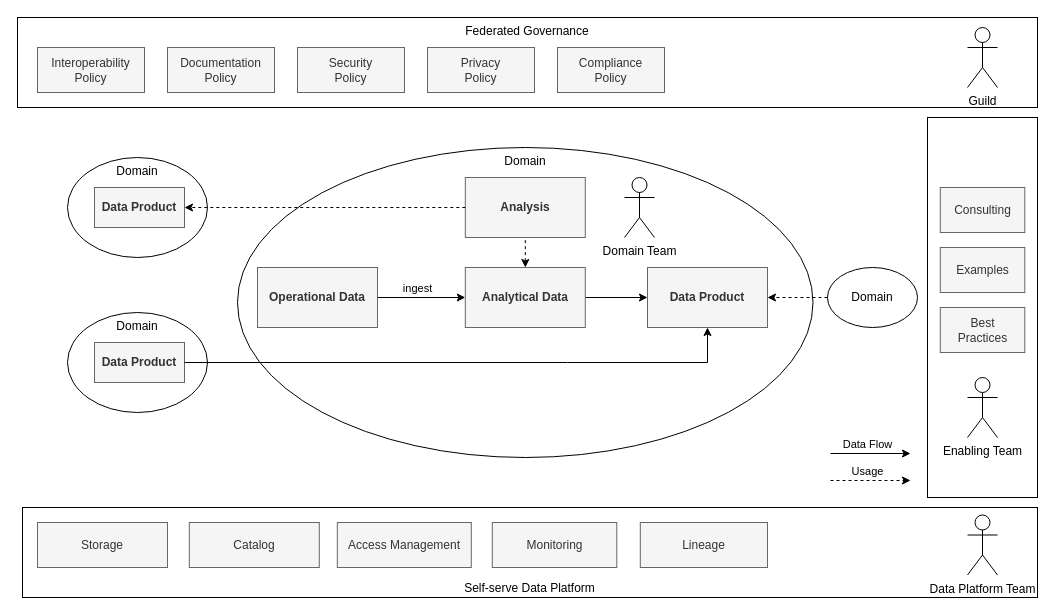
Before: diagrams/datamesharchitecture.drawio in datamesh-architecture/datamesh-architecture.com, a draw.io diagram. Source tidied: cells renumbered, new cells numbered last; positions are measured from the earlier drawing's top-left corner, leaving out a move shared by most shapes. Both pictures are drawn from the tidied source at 100%, with x=0, y=0 at pixel (17, 17).
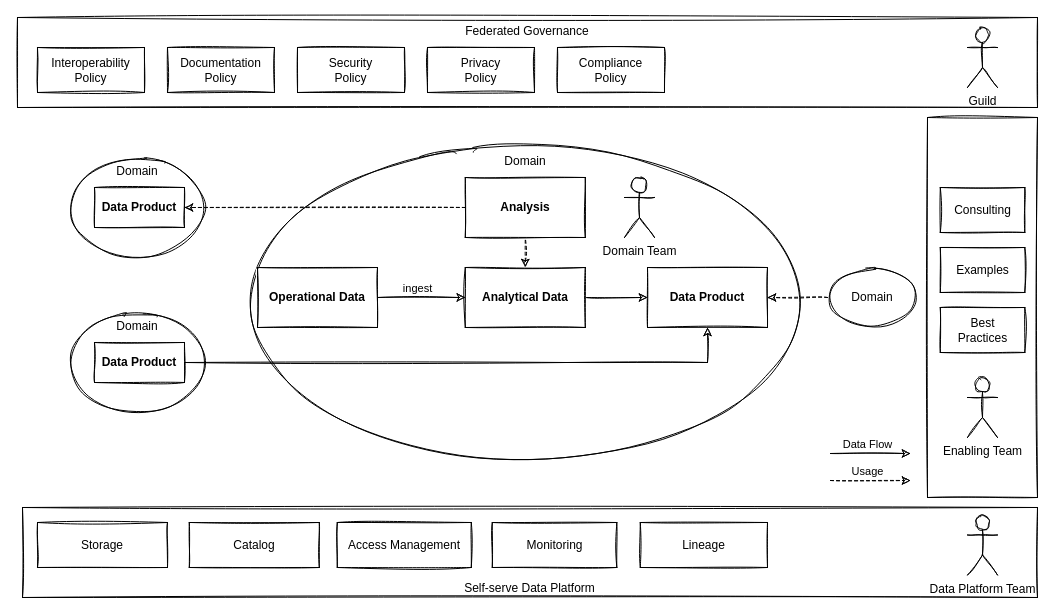
The same page after the edit.

What changed in the source:
```diff
@@
-    <mxCell id="2" style="rounded=0;whiteSpace=wrap;html=1;verticalAlign=bottom;" parent="1" vertex="1">
+    <mxCell id="2" style="rounded=0;whiteSpace=wrap;html=1;verticalAlign=bottom;fillColor=none;sketch=1;" parent="1" vertex="1">
       <mxGeometry x="910" y="100" width="110" height="380" as="geometry" />
     </mxCell>
-    <mxCell id="3" value="Self-serve Data Platform" style="rounded=0;whiteSpace=wrap;html=1;verticalAlign=bottom;" parent="1" vertex="1">
+    <mxCell id="3" value="Self-serve Data Platform" style="rounded=0;whiteSpace=wrap;html=1;verticalAlign=bottom;fillColor=none;sketch=1;" parent="1" vertex="1">
       <mxGeometry x="5" y="490" width="1015" height="90" as="geometry" />
     </mxCell>
-    <mxCell id="4" value="Federated Governance" style="rounded=0;whiteSpace=wrap;html=1;verticalAlign=top;" parent="1" vertex="1">
+    <mxCell id="4" value="Federated Governance" style="rounded=0;whiteSpace=wrap;html=1;verticalAlign=top;fillColor=none;sketch=1;" parent="1" vertex="1">
       <mxGeometry width="1020" height="90" as="geometry" />
     </mxCell>
-    <mxCell id="5" value="Guild" style="shape=umlActor;verticalLabelPosition=bottom;verticalAlign=top;html=1;" parent="1" vertex="1">
+    <mxCell id="5" value="Guild" style="shape=umlActor;verticalLabelPosition=bottom;verticalAlign=top;html=1;sketch=1;" parent="1" vertex="1">
       <mxGeometry x="950" y="10" width="30" height="60" as="geometry" />
     </mxCell>
-    <mxCell id="6" value="Data Platform Team" style="shape=umlActor;verticalLabelPosition=bottom;verticalAlign=top;html=1;" parent="1" vertex="1">
+    <mxCell id="6" value="Data Platform Team" style="shape=umlActor;verticalLabelPosition=bottom;verticalAlign=top;html=1;sketch=1;" parent="1" vertex="1">
       <mxGeometry x="950" y="497.5" width="30" height="60" as="geometry" />
     </mxCell>
-    <mxCell id="7" value="Compliance&lt;br&gt;Policy" style="rounded=0;whiteSpace=wrap;html=1;fillColor=#f5f5f5;fontColor=#333333;strokeColor=#666666;" parent="1" vertex="1">
+    <mxCell id="7" value="Compliance&lt;br&gt;Policy" style="rounded=0;whiteSpace=wrap;html=1;sketch=1;" parent="1" vertex="1">
       <mxGeometry x="540" y="30" width="107" height="45" as="geometry" />
     </mxCell>
-    <mxCell id="8" value="Catalog" style="rounded=0;whiteSpace=wrap;html=1;fillColor=#f5f5f5;fontColor=#333333;strokeColor=#666666;" parent="1" vertex="1">
+    <mxCell id="8" value="Catalog" style="rounded=0;whiteSpace=wrap;html=1;sketch=1;" parent="1" vertex="1">
       <mxGeometry x="171.8" y="505" width="130" height="45" as="geometry" />
     </mxCell>
-    <mxCell id="9" value="Access Management" style="rounded=0;whiteSpace=wrap;html=1;fillColor=#f5f5f5;fontColor=#333333;strokeColor=#666666;" parent="1" vertex="1">
+    <mxCell id="9" value="Access Management" style="rounded=0;whiteSpace=wrap;html=1;sketch=1;" parent="1" vertex="1">
       <mxGeometry x="319.8" y="505" width="134" height="45" as="geometry" />
     </mxCell>
-    <mxCell id="10" value="Lineage" style="rounded=0;whiteSpace=wrap;html=1;fillColor=#f5f5f5;fontColor=#333333;strokeColor=#666666;" parent="1" vertex="1">
+    <mxCell id="10" value="Lineage" style="rounded=0;whiteSpace=wrap;html=1;sketch=1;" parent="1" vertex="1">
       <mxGeometry x="622.8" y="505" width="127.2" height="45" as="geometry" />
     </mxCell>
-    <mxCell id="11" value="Monitoring" style="rounded=0;whiteSpace=wrap;html=1;fillColor=#f5f5f5;fontColor=#333333;strokeColor=#666666;" parent="1" vertex="1">
+    <mxCell id="11" value="Monitoring" style="rounded=0;whiteSpace=wrap;html=1;sketch=1;" parent="1" vertex="1">
       <mxGeometry x="474.8" y="505" width="124.5" height="45" as="geometry" />
     </mxCell>
-    <mxCell id="12" value="Interoperability&lt;br&gt;Policy" style="rounded=0;whiteSpace=wrap;html=1;fillColor=#f5f5f5;fontColor=#333333;strokeColor=#666666;" parent="1" vertex="1">
+    <mxCell id="12" value="Interoperability&lt;br&gt;Policy" style="rounded=0;whiteSpace=wrap;html=1;sketch=1;" parent="1" vertex="1">
       <mxGeometry x="20" y="30" width="107" height="45" as="geometry" />
     </mxCell>
-    <mxCell id="13" value="Documentation&lt;br&gt;Policy" style="rounded=0;whiteSpace=wrap;html=1;fillColor=#f5f5f5;fontColor=#333333;strokeColor=#666666;" parent="1" vertex="1">
+    <mxCell id="13" value="Documentation&lt;br&gt;Policy" style="rounded=0;whiteSpace=wrap;html=1;sketch=1;" parent="1" vertex="1">
       <mxGeometry x="150" y="30" width="107" height="45" as="geometry" />
     </mxCell>
-    <mxCell id="14" value="Security&lt;br&gt;Policy" style="rounded=0;whiteSpace=wrap;html=1;fillColor=#f5f5f5;fontColor=#333333;strokeColor=#666666;" parent="1" vertex="1">
+    <mxCell id="14" value="Security&lt;br&gt;Policy" style="rounded=0;whiteSpace=wrap;html=1;sketch=1;" parent="1" vertex="1">
       <mxGeometry x="280" y="30" width="107" height="45" as="geometry" />
     </mxCell>
-    <mxCell id="15" value="Enabling Team" style="shape=umlActor;verticalLabelPosition=bottom;verticalAlign=top;html=1;" parent="1" vertex="1">
+    <mxCell id="15" value="Enabling Team" style="shape=umlActor;verticalLabelPosition=bottom;verticalAlign=top;html=1;sketch=1;" parent="1" vertex="1">
       <mxGeometry x="950" y="360" width="30" height="60" as="geometry" />
     </mxCell>
-    <mxCell id="16" value="Consulting" style="rounded=0;whiteSpace=wrap;html=1;fillColor=#f5f5f5;fontColor=#333333;strokeColor=#666666;" parent="1" vertex="1">
+    <mxCell id="16" value="Consulting" style="rounded=0;whiteSpace=wrap;html=1;sketch=1;" parent="1" vertex="1">
       <mxGeometry x="922.8" y="170" width="84.5" height="45" as="geometry" />
     </mxCell>
-    <mxCell id="17" value="Examples" style="rounded=0;whiteSpace=wrap;html=1;fillColor=#f5f5f5;fontColor=#333333;strokeColor=#666666;" parent="1" vertex="1">
+    <mxCell id="17" value="Examples" style="rounded=0;whiteSpace=wrap;html=1;sketch=1;" parent="1" vertex="1">
       <mxGeometry x="922.8" y="230" width="84.5" height="45" as="geometry" />
     </mxCell>
-    <mxCell id="18" value="Domain" style="ellipse;whiteSpace=wrap;html=1;verticalAlign=top;" parent="1" vertex="1">
+    <mxCell id="18" value="Domain" style="ellipse;whiteSpace=wrap;html=1;verticalAlign=top;fillColor=none;sketch=1;" parent="1" vertex="1">
       <mxGeometry x="220" y="130" width="575.5" height="310" as="geometry" />
     </mxCell>
-    <mxCell id="19" value="Analysis" style="rounded=0;whiteSpace=wrap;html=1;fillColor=#f5f5f5;fontColor=#333333;strokeColor=#666666;fontStyle=1;" parent="1" vertex="1">
+    <mxCell id="19" value="Analysis" style="rounded=0;whiteSpace=wrap;html=1;fontStyle=1;sketch=1;" parent="1" vertex="1">
       <mxGeometry x="447.8" y="160" width="120" height="60" as="geometry" />
     </mxCell>
-    <mxCell id="20" style="rounded=0;jettySize=auto;html=1;exitX=0.5;exitY=0;exitDx=0;exitDy=0;startArrow=classic;startFill=1;endArrow=none;endFill=0;dashed=1;" parent="1" edge="1" source="24" target="19">
+    <mxCell id="20" style="rounded=0;jettySize=auto;html=1;exitX=0.5;exitY=0;exitDx=0;exitDy=0;startArrow=classic;startFill=1;endArrow=none;endFill=0;dashed=1;sketch=1;" parent="1" edge="1" source="24" target="19">
       <mxGeometry relative="1" as="geometry" />
     </mxCell>
-    <mxCell id="21" style="rounded=0;jettySize=auto;html=1;entryX=0;entryY=0.5;entryDx=0;entryDy=0;" parent="1" edge="1" source="24" target="26">
+    <mxCell id="21" style="rounded=0;jettySize=auto;html=1;entryX=0;entryY=0.5;entryDx=0;entryDy=0;sketch=1;" parent="1" edge="1" source="24" target="26">
       <mxGeometry relative="1" as="geometry" />
     </mxCell>
-    <mxCell id="22" style="edgeStyle=orthogonalEdgeStyle;rounded=0;jettySize=auto;html=1;startArrow=classic;startFill=1;endArrow=none;endFill=0;" parent="1" edge="1" source="24" target="25">
+    <mxCell id="22" style="edgeStyle=orthogonalEdgeStyle;rounded=0;jettySize=auto;html=1;startArrow=classic;startFill=1;endArrow=none;endFill=0;sketch=1;" parent="1" edge="1" source="24" target="25">
       <mxGeometry relative="1" as="geometry" />
     </mxCell>
-    <mxCell id="23" value="ingest" style="edgeLabel;html=1;align=center;verticalAlign=middle;" parent="22" vertex="1">
+    <mxCell id="23" value="ingest" style="edgeLabel;html=1;align=center;verticalAlign=middle;sketch=1;" parent="22" vertex="1">
       <mxGeometry x="-0.07" y="2" relative="1" as="geometry">
         <mxPoint x="-7" y="-12" as="offset" />
       </mxGeometry>
     </mxCell>
-    <mxCell id="24" value="Analytical Data" style="rounded=0;whiteSpace=wrap;html=1;fillColor=#f5f5f5;fontColor=#333333;strokeColor=#666666;fontStyle=1;" parent="1" vertex="1">
+    <mxCell id="24" value="Analytical Data" style="rounded=0;whiteSpace=wrap;html=1;fontStyle=1;sketch=1;" parent="1" vertex="1">
       <mxGeometry x="447.8" y="250" width="120" height="60" as="geometry" />
     </mxCell>
-    <mxCell id="25" value="Operational Data" style="rounded=0;whiteSpace=wrap;html=1;fillColor=#f5f5f5;fontColor=#333333;strokeColor=#666666;fontStyle=1;" parent="1" vertex="1">
+    <mxCell id="25" value="Operational Data" style="rounded=0;whiteSpace=wrap;html=1;fontStyle=1;sketch=1;" parent="1" vertex="1">
       <mxGeometry x="240" y="250" width="120" height="60" as="geometry" />
     </mxCell>
-    <mxCell id="26" value="Data Product" style="rounded=0;whiteSpace=wrap;html=1;fillColor=#f5f5f5;fontColor=#333333;strokeColor=#666666;fontStyle=1;" parent="1" vertex="1">
+    <mxCell id="26" value="Data Product" style="rounded=0;whiteSpace=wrap;html=1;fontStyle=1;sketch=1;" parent="1" vertex="1">
       <mxGeometry x="630" y="250" width="120" height="60" as="geometry" />
     </mxCell>
-    <mxCell id="27" value="Domain" style="ellipse;whiteSpace=wrap;html=1;verticalAlign=middle;" parent="1" vertex="1">
+    <mxCell id="27" value="Domain" style="ellipse;whiteSpace=wrap;html=1;verticalAlign=middle;sketch=1;" parent="1" vertex="1">
       <mxGeometry x="810" y="250" width="90" height="60" as="geometry" />
     </mxCell>
-    <mxCell id="28" style="rounded=0;jettySize=auto;html=1;entryX=1;entryY=0.5;entryDx=0;entryDy=0;startArrow=none;startFill=0;endArrow=classic;endFill=1;exitX=0;exitY=0.5;exitDx=0;exitDy=0;dashed=1;" parent="1" edge="1" source="27" target="26">
+    <mxCell id="28" style="rounded=0;jettySize=auto;html=1;entryX=1;entryY=0.5;entryDx=0;entryDy=0;startArrow=none;startFill=0;endArrow=classic;endFill=1;exitX=0;exitY=0.5;exitDx=0;exitDy=0;dashed=1;sketch=1;" parent="1" edge="1" source="27" target="26">
       <mxGeometry relative="1" as="geometry" />
     </mxCell>
-    <mxCell id="29" value="Domain" style="ellipse;whiteSpace=wrap;html=1;verticalAlign=top;" parent="1" vertex="1">
+    <mxCell id="29" value="Domain" style="ellipse;whiteSpace=wrap;html=1;verticalAlign=top;sketch=1;" parent="1" vertex="1">
       <mxGeometry x="50" y="140" width="140" height="100" as="geometry" />
     </mxCell>
-    <mxCell id="30" value="Data Product" style="rounded=0;whiteSpace=wrap;html=1;fillColor=#f5f5f5;fontColor=#333333;strokeColor=#666666;fontStyle=1;" parent="1" vertex="1">
+    <mxCell id="30" value="Data Product" style="rounded=0;whiteSpace=wrap;html=1;fontStyle=1;sketch=1;" parent="1" vertex="1">
       <mxGeometry x="77" y="170" width="90" height="40" as="geometry" />
     </mxCell>
-    <mxCell id="31" style="rounded=0;jettySize=auto;html=1;startArrow=none;startFill=0;endArrow=classic;endFill=1;exitX=0;exitY=0.5;exitDx=0;exitDy=0;entryX=1;entryY=0.5;entryDx=0;entryDy=0;dashed=1;" parent="1" edge="1" source="19" target="30">
+    <mxCell id="31" style="rounded=0;jettySize=auto;html=1;startArrow=none;startFill=0;endArrow=classic;endFill=1;exitX=0;exitY=0.5;exitDx=0;exitDy=0;entryX=1;entryY=0.5;entryDx=0;entryDy=0;dashed=1;sketch=1;" parent="1" edge="1" source="19" target="30">
       <mxGeometry relative="1" as="geometry" />
     </mxCell>
-    <mxCell id="32" value="Domain" style="ellipse;whiteSpace=wrap;html=1;verticalAlign=top;" parent="1" vertex="1">
+    <mxCell id="32" value="Domain" style="ellipse;whiteSpace=wrap;html=1;verticalAlign=top;sketch=1;" parent="1" vertex="1">
       <mxGeometry x="50" y="295" width="140" height="100" as="geometry" />
     </mxCell>
-    <mxCell id="33" value="Data Product" style="rounded=0;whiteSpace=wrap;html=1;fillColor=#f5f5f5;fontColor=#333333;strokeColor=#666666;fontStyle=1;" parent="1" vertex="1">
+    <mxCell id="33" value="Data Product" style="rounded=0;whiteSpace=wrap;html=1;fontStyle=1;sketch=1;" parent="1" vertex="1">
       <mxGeometry x="77" y="325" width="90" height="40" as="geometry" />
     </mxCell>
-    <mxCell id="34" style="rounded=0;jettySize=auto;html=1;entryX=1;entryY=0.5;entryDx=0;entryDy=0;startArrow=classic;startFill=1;endArrow=none;endFill=0;exitX=0.5;exitY=1;exitDx=0;exitDy=0;" parent="1" edge="1" source="26" target="33">
+    <mxCell id="34" style="rounded=0;jettySize=auto;html=1;entryX=1;entryY=0.5;entryDx=0;entryDy=0;startArrow=classic;startFill=1;endArrow=none;endFill=0;exitX=0.5;exitY=1;exitDx=0;exitDy=0;sketch=1;" parent="1" edge="1" source="26" target="33">
       <mxGeometry relative="1" as="geometry">
         <Array as="points">
           <mxPoint x="690" y="345" />
           <mxPoint x="550" y="345" />
         </Array>
       </mxGeometry>
     </mxCell>
-    <mxCell id="35" value="Domain Team" style="shape=umlActor;verticalLabelPosition=bottom;verticalAlign=top;html=1;" parent="1" vertex="1">
+    <mxCell id="35" value="Domain Team" style="shape=umlActor;verticalLabelPosition=bottom;verticalAlign=top;html=1;sketch=1;" parent="1" vertex="1">
       <mxGeometry x="607" y="160" width="30" height="60" as="geometry" />
     </mxCell>
-    <mxCell id="36" value="Storage" style="rounded=0;whiteSpace=wrap;html=1;fillColor=#f5f5f5;fontColor=#333333;strokeColor=#666666;" parent="1" vertex="1">
+    <mxCell id="36" value="Storage" style="rounded=0;whiteSpace=wrap;html=1;sketch=1;" parent="1" vertex="1">
       <mxGeometry x="20" y="505" width="130" height="45" as="geometry" />
     </mxCell>
-    <mxCell id="37" value="Privacy&lt;br&gt;Policy" style="rounded=0;whiteSpace=wrap;html=1;fillColor=#f5f5f5;fontColor=#333333;strokeColor=#666666;" parent="1" vertex="1">
+    <mxCell id="37" value="Privacy&lt;br&gt;Policy" style="rounded=0;whiteSpace=wrap;html=1;sketch=1;" parent="1" vertex="1">
       <mxGeometry x="410" y="30" width="107" height="45" as="geometry" />
     </mxCell>
-    <mxCell id="38" value="Best&lt;br&gt;Practices" style="rounded=0;whiteSpace=wrap;html=1;fillColor=#f5f5f5;fontColor=#333333;strokeColor=#666666;" parent="1" vertex="1">
+    <mxCell id="38" value="Best&lt;br&gt;Practices" style="rounded=0;whiteSpace=wrap;html=1;sketch=1;" parent="1" vertex="1">
       <mxGeometry x="922.8" y="290" width="84.5" height="45" as="geometry" />
     </mxCell>
-    <mxCell id="39" style="rounded=0;orthogonalLoop=1;jettySize=auto;html=1;" parent="1" edge="1">
+    <mxCell id="39" style="rounded=0;orthogonalLoop=1;jettySize=auto;html=1;sketch=1;" parent="1" edge="1">
       <mxGeometry relative="1" as="geometry">
         <mxPoint x="813" y="436" as="sourcePoint" />
         <mxPoint x="893" y="436" as="targetPoint" />
       </mxGeometry>
     </mxCell>
-    <mxCell id="40" value="Data Flow" style="edgeLabel;html=1;align=center;verticalAlign=middle;" parent="39" vertex="1">
+    <mxCell id="40" value="Data Flow" style="edgeLabel;html=1;align=center;verticalAlign=middle;sketch=1;" parent="39" vertex="1">
       <mxGeometry x="-0.23" relative="1" as="geometry">
         <mxPoint x="5" y="-10" as="offset" />
       </mxGeometry>
     </mxCell>
-    <mxCell id="41" style="rounded=0;orthogonalLoop=1;jettySize=auto;html=1;dashed=1;" parent="1" edge="1">
+    <mxCell id="41" style="rounded=0;orthogonalLoop=1;jettySize=auto;html=1;dashed=1;sketch=1;" parent="1" edge="1">
       <mxGeometry relative="1" as="geometry">
         <mxPoint x="813" y="463" as="sourcePoint" />
         <mxPoint x="893" y="463" as="targetPoint" />
       </mxGeometry>
     </mxCell>
-    <mxCell id="42" value="Usage" style="edgeLabel;html=1;align=center;verticalAlign=middle;" parent="41" vertex="1">
+    <mxCell id="42" value="Usage" style="edgeLabel;html=1;align=center;verticalAlign=middle;sketch=1;" parent="41" vertex="1">
       <mxGeometry x="-0.23" relative="1" as="geometry">
         <mxPoint x="5" y="-10" as="offset" />
       </mxGeometry>
     </mxCell>
```
